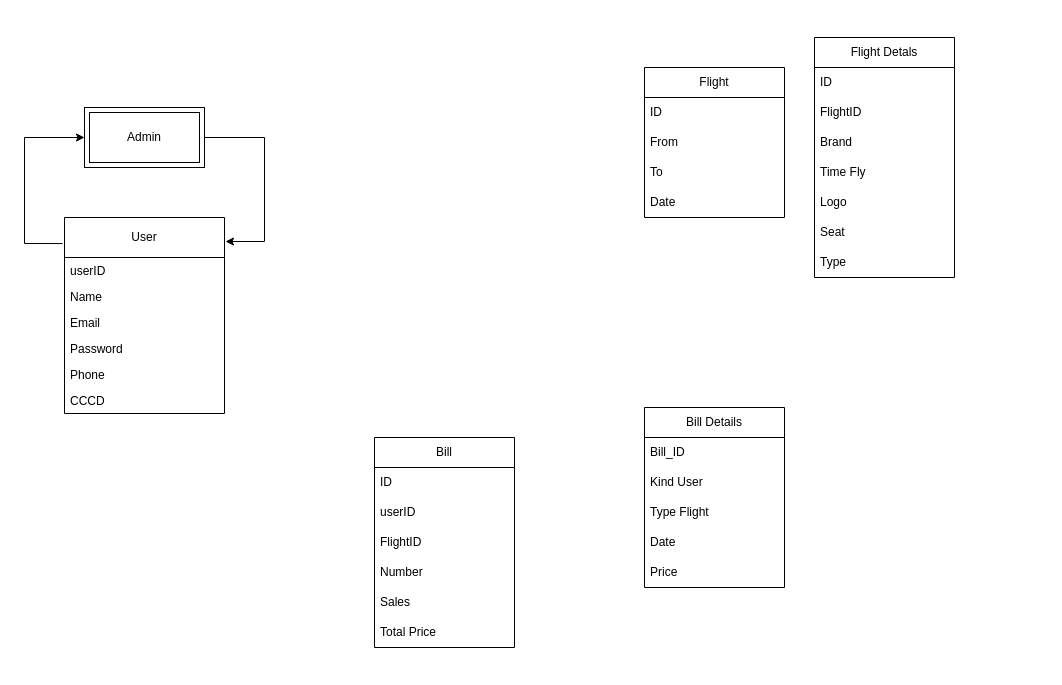
Above: Database.drawio in PhamTan0112/Project01 (draw.io), before the change. Source tidied: cells renumbered, new cells numbered last; positions are measured from the earlier drawing's top-left corner, leaving out a move shared by most shapes. Both pictures are drawn from the tidied source at 100%, with x=0, y=0 at pixel (24, 37).
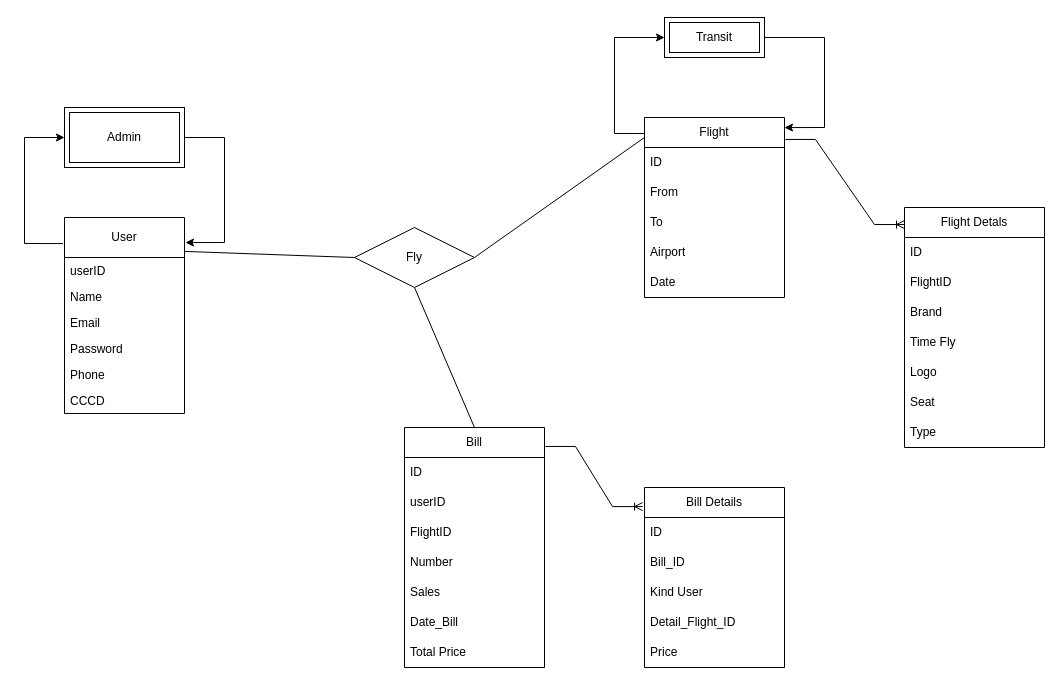
Above is the later version.

What changed in the source:
```diff
@@
     <mxCell id="2" value="User" style="swimlane;fontStyle=0;horizontal=1;startSize=40;fillColor=none;whiteSpace=wrap;html=1;" parent="1" vertex="1">
-      <mxGeometry x="40" y="180" width="160" height="196" as="geometry" />
+      <mxGeometry x="40" y="180" width="120" height="196" as="geometry" />
     </mxCell>
     <mxCell id="3" value="userID" style="text;strokeColor=none;fillColor=none;align=left;verticalAlign=top;spacingLeft=4;spacingRight=4;overflow=hidden;whiteSpace=wrap;html=1;" parent="2" vertex="1">
-      <mxGeometry y="40" width="160" height="26" as="geometry" />
+      <mxGeometry y="40" width="120" height="26" as="geometry" />
     </mxCell>
     <mxCell id="4" value="Name" style="text;strokeColor=none;fillColor=none;align=left;verticalAlign=top;spacingLeft=4;spacingRight=4;overflow=hidden;whiteSpace=wrap;html=1;" parent="2" vertex="1">
-      <mxGeometry y="66" width="160" height="26" as="geometry" />
+      <mxGeometry y="66" width="120" height="26" as="geometry" />
     </mxCell>
     <mxCell id="5" value="Email" style="text;strokeColor=none;fillColor=none;align=left;verticalAlign=top;spacingLeft=4;spacingRight=4;overflow=hidden;whiteSpace=wrap;html=1;" parent="2" vertex="1">
-      <mxGeometry y="92" width="160" height="26" as="geometry" />
+      <mxGeometry y="92" width="120" height="26" as="geometry" />
     </mxCell>
     <mxCell id="6" value="Password" style="text;strokeColor=none;fillColor=none;align=left;verticalAlign=top;spacingLeft=4;spacingRight=4;overflow=hidden;whiteSpace=wrap;html=1;" parent="2" vertex="1">
-      <mxGeometry y="118" width="160" height="26" as="geometry" />
+      <mxGeometry y="118" width="120" height="26" as="geometry" />
     </mxCell>
     <mxCell id="7" value="Phone" style="text;strokeColor=none;fillColor=none;align=left;verticalAlign=top;spacingLeft=4;spacingRight=4;overflow=hidden;whiteSpace=wrap;html=1;" parent="2" vertex="1">
-      <mxGeometry y="144" width="160" height="26" as="geometry" />
+      <mxGeometry y="144" width="120" height="26" as="geometry" />
     </mxCell>
     <mxCell id="8" value="CCCD" style="text;strokeColor=none;fillColor=none;align=left;verticalAlign=top;spacingLeft=4;spacingRight=4;overflow=hidden;whiteSpace=wrap;html=1;" parent="2" vertex="1">
-      <mxGeometry y="170" width="160" height="26" as="geometry" />
+      <mxGeometry y="170" width="120" height="26" as="geometry" />
     </mxCell>
     <mxCell id="9" value="Admin" style="shape=ext;margin=3;double=1;whiteSpace=wrap;html=1;align=center;" parent="1" vertex="1">
-      <mxGeometry x="60" y="70" width="120" height="60" as="geometry" />
+      <mxGeometry x="40" y="70" width="120" height="60" as="geometry" />
     </mxCell>
@@
-    <mxCell id="11" style="endArrow=classic;html=1;rounded=0;exitX=1;exitY=0.5;exitDx=0;exitDy=0;" parent="1" edge="1" source="9">
+    <mxCell id="11" style="endArrow=classic;html=1;rounded=0;exitX=1;exitY=0.5;exitDx=0;exitDy=0;entryX=1.008;entryY=0.128;entryDx=0;entryDy=0;entryPerimeter=0;" parent="1" edge="1" source="9" target="2">
       <mxGeometry relative="1" as="geometry">
-        <mxPoint x="201" y="204" as="targetPoint" />
         <Array as="points">
-          <mxPoint x="240" y="100" />
-          <mxPoint x="240" y="204" />
+          <mxPoint x="200" y="100" />
+          <mxPoint x="200" y="205" />
         </Array>
       </mxGeometry>
     </mxCell>
     <mxCell id="12" value="Flight" style="swimlane;fontStyle=0;horizontal=1;startSize=30;whiteSpace=wrap;html=1;" parent="1" vertex="1">
-      <mxGeometry x="620" y="30" width="140" height="150" as="geometry" />
+      <mxGeometry x="620" y="80" width="140" height="180" as="geometry" />
     </mxCell>
@@
+    <mxCell id="38" value="Airport" style="text;strokeColor=none;fillColor=none;align=left;verticalAlign=middle;spacingLeft=4;spacingRight=4;overflow=hidden;whiteSpace=wrap;html=1;" parent="12" vertex="1">
+      <mxGeometry y="120" width="140" height="30" as="geometry" />
+    </mxCell>
     <mxCell id="16" value="Date" style="text;strokeColor=none;fillColor=none;align=left;verticalAlign=middle;spacingLeft=4;spacingRight=4;overflow=hidden;whiteSpace=wrap;html=1;" parent="12" vertex="1">
-      <mxGeometry y="120" width="140" height="30" as="geometry" />
+      <mxGeometry y="150" width="140" height="30" as="geometry" />
     </mxCell>
     <mxCell id="17" value="Bill" style="swimlane;fontStyle=0;horizontal=1;startSize=30;whiteSpace=wrap;html=1;" parent="1" vertex="1">
-      <mxGeometry x="350" y="400" width="140" height="210" as="geometry" />
+      <mxGeometry x="380" y="390" width="140" height="240" as="geometry" />
     </mxCell>
@@
+    <mxCell id="39" value="Date_Bill" style="text;strokeColor=none;fillColor=none;align=left;verticalAlign=middle;spacingLeft=4;spacingRight=4;overflow=hidden;whiteSpace=wrap;html=1;" parent="17" vertex="1">
+      <mxGeometry y="180" width="140" height="30" as="geometry" />
+    </mxCell>
     <mxCell id="23" value="Total Price" style="text;strokeColor=none;fillColor=none;align=left;verticalAlign=middle;spacingLeft=4;spacingRight=4;overflow=hidden;whiteSpace=wrap;html=1;" parent="17" vertex="1">
-      <mxGeometry y="180" width="140" height="30" as="geometry" />
+      <mxGeometry y="210" width="140" height="30" as="geometry" />
     </mxCell>
     <mxCell id="24" value="Flight Detals" style="swimlane;fontStyle=0;horizontal=1;startSize=30;whiteSpace=wrap;html=1;" parent="1" vertex="1">
-      <mxGeometry x="790" width="140" height="240" as="geometry" />
+      <mxGeometry x="880" y="170" width="140" height="240" as="geometry" />
     </mxCell>
@@
     <mxCell id="32" value="Bill Details" style="swimlane;fontStyle=0;horizontal=1;startSize=30;whiteSpace=wrap;html=1;" parent="1" vertex="1">
-      <mxGeometry x="620" y="370" width="140" height="180" as="geometry" />
+      <mxGeometry x="620" y="450" width="140" height="180" as="geometry" />
     </mxCell>
-    <mxCell id="33" value="Bill_ID" style="text;strokeColor=none;fillColor=none;align=left;verticalAlign=middle;spacingLeft=4;spacingRight=4;overflow=hidden;whiteSpace=wrap;html=1;" parent="32" vertex="1">
+    <mxCell id="33" value="ID" style="text;strokeColor=none;fillColor=none;align=left;verticalAlign=middle;spacingLeft=4;spacingRight=4;overflow=hidden;whiteSpace=wrap;html=1;" parent="32" vertex="1">
       <mxGeometry y="30" width="140" height="30" as="geometry" />
     </mxCell>
+    <mxCell id="40" value="Bill_ID" style="text;strokeColor=none;fillColor=none;align=left;verticalAlign=middle;spacingLeft=4;spacingRight=4;overflow=hidden;whiteSpace=wrap;html=1;" parent="32" vertex="1">
+      <mxGeometry y="60" width="140" height="30" as="geometry" />
+    </mxCell>
     <mxCell id="34" value="Kind User" style="text;strokeColor=none;fillColor=none;align=left;verticalAlign=middle;spacingLeft=4;spacingRight=4;overflow=hidden;whiteSpace=wrap;html=1;" parent="32" vertex="1">
-      <mxGeometry y="60" width="140" height="30" as="geometry" />
+      <mxGeometry y="90" width="140" height="30" as="geometry" />
     </mxCell>
-    <mxCell id="35" value="Type Flight" style="text;strokeColor=none;fillColor=none;align=left;verticalAlign=middle;spacingLeft=4;spacingRight=4;overflow=hidden;whiteSpace=wrap;html=1;" parent="32" vertex="1">
-      <mxGeometry y="90" width="140" height="30" as="geometry" />
+    <mxCell id="35" value="Detail_Flight_ID" style="text;strokeColor=none;fillColor=none;align=left;verticalAlign=middle;spacingLeft=4;spacingRight=4;overflow=hidden;whiteSpace=wrap;html=1;" parent="32" vertex="1">
+      <mxGeometry y="120" width="140" height="30" as="geometry" />
     </mxCell>
-    <mxCell id="36" value="Date" style="text;strokeColor=none;fillColor=none;align=left;verticalAlign=middle;spacingLeft=4;spacingRight=4;overflow=hidden;whiteSpace=wrap;html=1;" parent="32" vertex="1">
-      <mxGeometry y="120" width="140" height="30" as="geometry" />
-    </mxCell>
@@
+    <mxCell id="41" value="Transit" style="shape=ext;margin=3;double=1;whiteSpace=wrap;html=1;align=center;" parent="1" vertex="1">
+      <mxGeometry x="640" y="-20" width="100" height="40" as="geometry" />
+    </mxCell>
+    <mxCell id="42" style="edgeStyle=entityRelationEdgeStyle;fontSize=12;html=1;endArrow=ERoneToMany;rounded=0;entryX=0;entryY=0.071;entryDx=0;entryDy=0;entryPerimeter=0;exitX=1.007;exitY=0.122;exitDx=0;exitDy=0;exitPerimeter=0;" parent="1" edge="1" source="12" target="24">
+      <mxGeometry relative="1" as="geometry" />
+    </mxCell>
+    <mxCell id="43" style="endArrow=classic;html=1;rounded=0;exitX=0;exitY=0.089;exitDx=0;exitDy=0;exitPerimeter=0;entryX=0;entryY=0.5;entryDx=0;entryDy=0;" parent="1" edge="1" source="12" target="41">
+      <mxGeometry relative="1" as="geometry">
+        <Array as="points">
+          <mxPoint x="590" y="96" />
+          <mxPoint x="590" />
+        </Array>
+      </mxGeometry>
+    </mxCell>
+    <mxCell id="44" style="endArrow=classic;html=1;rounded=0;exitX=1;exitY=0.5;exitDx=0;exitDy=0;entryX=1;entryY=0.056;entryDx=0;entryDy=0;entryPerimeter=0;" parent="1" edge="1" source="41" target="12">
+      <mxGeometry relative="1" as="geometry">
+        <Array as="points">
+          <mxPoint x="800" />
+          <mxPoint x="800" y="90" />
+        </Array>
+      </mxGeometry>
+    </mxCell>
+    <mxCell id="45" style="edgeStyle=entityRelationEdgeStyle;fontSize=12;html=1;endArrow=ERoneToMany;rounded=0;exitX=1.007;exitY=0.079;exitDx=0;exitDy=0;exitPerimeter=0;entryX=-0.014;entryY=0.106;entryDx=0;entryDy=0;entryPerimeter=0;" parent="1" edge="1" source="17" target="32">
+      <mxGeometry relative="1" as="geometry" />
+    </mxCell>
+    <mxCell id="46" value="Fly" style="shape=rhombus;perimeter=rhombusPerimeter;whiteSpace=wrap;html=1;align=center;" parent="1" vertex="1">
+      <mxGeometry x="330" y="190" width="120" height="60" as="geometry" />
+    </mxCell>
+    <mxCell id="47" style="endArrow=none;html=1;rounded=0;exitX=1;exitY=0.173;exitDx=0;exitDy=0;exitPerimeter=0;entryX=0;entryY=0.5;entryDx=0;entryDy=0;" parent="1" edge="1" source="2" target="46">
+      <mxGeometry relative="1" as="geometry" />
+    </mxCell>
+    <mxCell id="48" style="endArrow=none;html=1;rounded=0;exitX=1;exitY=0.5;exitDx=0;exitDy=0;entryX=0;entryY=0.111;entryDx=0;entryDy=0;entryPerimeter=0;" parent="1" edge="1" source="46" target="12">
+      <mxGeometry relative="1" as="geometry" />
+    </mxCell>
+    <mxCell id="49" style="endArrow=none;html=1;rounded=0;exitX=0.5;exitY=1;exitDx=0;exitDy=0;entryX=0.5;entryY=0;entryDx=0;entryDy=0;" parent="1" edge="1" source="46" target="17">
+      <mxGeometry relative="1" as="geometry" />
+    </mxCell>
```
